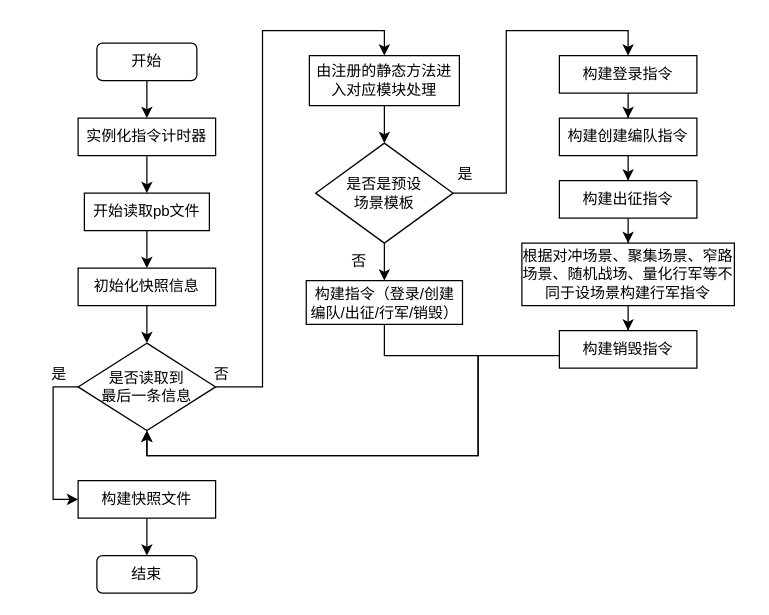
The draw.io diagram 配置快照文件读取解析流程.drawio in Carol9s/Drawing, before the edit. Source tidied: cells renumbered, new cells numbered last; positions are measured from the earlier drawing's top-left corner, leaving out a move shared by most shapes. Both pictures are drawn from the tidied source at 125%, with x=0, y=0 at pixel (21, 42).
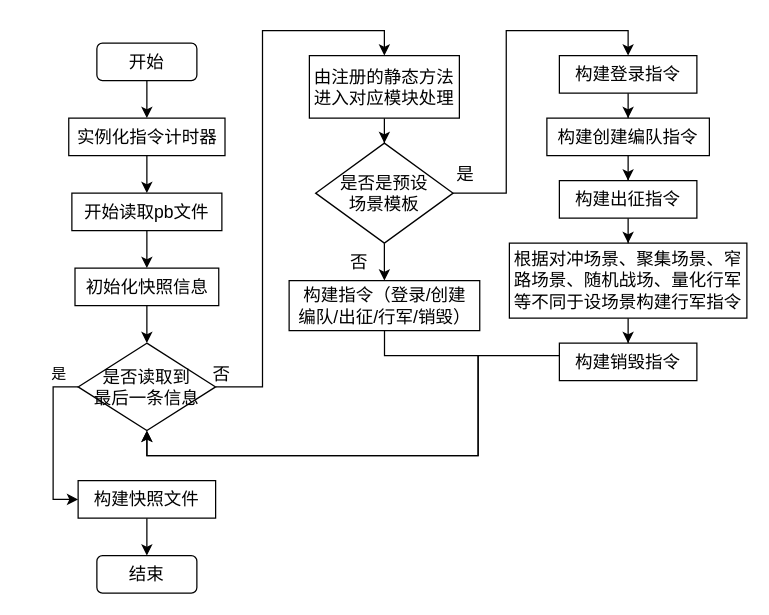
After the change.

Commit message:
更新配置快照文件读取解析流程.drawio

Diff of the diagram source:
```diff
@@
-    <mxCell id="2" style="edgeStyle=orthogonalEdgeStyle;rounded=0;jettySize=auto;html=1;entryX=0.5;entryY=0;entryDx=0;entryDy=0;" parent="1" edge="1" source="3" target="7">
+    <mxCell id="2" style="edgeStyle=orthogonalEdgeStyle;rounded=0;jettySize=auto;html=1;entryX=0.5;entryY=0;entryDx=0;entryDy=0;fontSize=14;" parent="1" edge="1" source="3" target="7">
       <mxGeometry relative="1" as="geometry" />
     </mxCell>
-    <mxCell id="3" value="开始" style="rounded=1;whiteSpace=wrap;html=1;fontSize=12;glass=0;strokeWidth=1;shadow=0;" parent="1" vertex="1">
+    <mxCell id="3" value="开始" style="rounded=1;whiteSpace=wrap;html=1;fontSize=14;glass=0;strokeWidth=1;shadow=0;" parent="1" vertex="1">
       <mxGeometry x="60" width="80" height="30" as="geometry" />
     </mxCell>
-    <mxCell id="4" style="edgeStyle=orthogonalEdgeStyle;rounded=0;jettySize=auto;html=1;entryX=0.5;entryY=0;entryDx=0;entryDy=0;" parent="1" edge="1" source="5" target="9">
+    <mxCell id="4" style="edgeStyle=orthogonalEdgeStyle;rounded=0;jettySize=auto;html=1;entryX=0.5;entryY=0;entryDx=0;entryDy=0;fontSize=14;" parent="1" edge="1" source="5" target="9">
       <mxGeometry relative="1" as="geometry" />
     </mxCell>
-    <mxCell id="5" value="开始读取pb文件" style="rounded=0;whiteSpace=wrap;html=1;" parent="1" vertex="1">
-      <mxGeometry x="50" y="120" width="100" height="30" as="geometry" />
+    <mxCell id="5" value="开始读取pb文件" style="rounded=0;whiteSpace=wrap;html=1;fontSize=14;" parent="1" vertex="1">
+      <mxGeometry x="40" y="120" width="120" height="30" as="geometry" />
     </mxCell>
-    <mxCell id="6" style="edgeStyle=orthogonalEdgeStyle;rounded=0;jettySize=auto;html=1;entryX=0.5;entryY=0;entryDx=0;entryDy=0;" parent="1" edge="1" source="7" target="5">
+    <mxCell id="6" style="edgeStyle=orthogonalEdgeStyle;rounded=0;jettySize=auto;html=1;entryX=0.5;entryY=0;entryDx=0;entryDy=0;fontSize=14;" parent="1" edge="1" source="7" target="5">
       <mxGeometry relative="1" as="geometry" />
     </mxCell>
-    <mxCell id="7" value="实例化指令计时器" style="rounded=0;whiteSpace=wrap;html=1;" parent="1" vertex="1">
-      <mxGeometry x="45" y="60" width="110" height="30" as="geometry" />
+    <mxCell id="7" value="实例化指令计时器" style="rounded=0;whiteSpace=wrap;html=1;fontSize=14;" parent="1" vertex="1">
+      <mxGeometry x="37.5" y="60" width="125" height="30" as="geometry" />
     </mxCell>
-    <mxCell id="8" style="edgeStyle=orthogonalEdgeStyle;rounded=0;jettySize=auto;html=1;" parent="1" edge="1" source="9" target="14">
+    <mxCell id="8" style="edgeStyle=orthogonalEdgeStyle;rounded=0;jettySize=auto;html=1;fontSize=14;" parent="1" edge="1" source="9" target="14">
       <mxGeometry relative="1" as="geometry" />
     </mxCell>
-    <mxCell id="9" value="初始化快照信息" style="rounded=0;whiteSpace=wrap;html=1;" parent="1" vertex="1">
-      <mxGeometry x="45" y="180" width="110" height="30" as="geometry" />
+    <mxCell id="9" value="初始化快照信息" style="rounded=0;whiteSpace=wrap;html=1;fontSize=14;" parent="1" vertex="1">
+      <mxGeometry x="42.5" y="180" width="115" height="30" as="geometry" />
     </mxCell>
-    <mxCell id="10" style="edgeStyle=orthogonalEdgeStyle;rounded=0;jettySize=auto;html=1;" parent="1" edge="1" source="11" target="17">
+    <mxCell id="10" style="edgeStyle=orthogonalEdgeStyle;rounded=0;jettySize=auto;html=1;fontSize=14;" parent="1" edge="1" source="11" target="17">
       <mxGeometry relative="1" as="geometry" />
     </mxCell>
-    <mxCell id="11" value="由注册的静态方法进入对应模块处理" style="rounded=0;whiteSpace=wrap;html=1;" parent="1" vertex="1">
-      <mxGeometry x="230" y="10" width="120" height="40" as="geometry" />
+    <mxCell id="11" value="由注册的静态方法进入对应模块处理" style="rounded=0;whiteSpace=wrap;html=1;fontSize=14;" parent="1" vertex="1">
+      <mxGeometry x="230" y="10" width="120" height="50" as="geometry" />
     </mxCell>
-    <mxCell id="12" style="edgeStyle=orthogonalEdgeStyle;rounded=0;jettySize=auto;html=1;entryX=0.5;entryY=0;entryDx=0;entryDy=0;" parent="1" edge="1" source="14" target="11">
+    <mxCell id="12" style="edgeStyle=orthogonalEdgeStyle;rounded=0;jettySize=auto;html=1;entryX=0.5;entryY=0;entryDx=0;entryDy=0;fontSize=14;" parent="1" edge="1" source="14" target="11">
       <mxGeometry relative="1" as="geometry" />
     </mxCell>
-    <mxCell id="13" style="edgeStyle=orthogonalEdgeStyle;rounded=0;jettySize=auto;html=1;entryX=0;entryY=0.5;entryDx=0;entryDy=0;exitX=0;exitY=0.5;exitDx=0;exitDy=0;" parent="1" edge="1" source="14" target="31">
+    <mxCell id="13" style="edgeStyle=orthogonalEdgeStyle;rounded=0;jettySize=auto;html=1;entryX=0;entryY=0.5;entryDx=0;entryDy=0;exitX=0;exitY=0.5;exitDx=0;exitDy=0;fontSize=14;" parent="1" edge="1" source="14" target="31">
       <mxGeometry relative="1" as="geometry" />
     </mxCell>
-    <mxCell id="14" value="是否读取到&lt;br&gt;最后一条信息" style="rhombus;whiteSpace=wrap;html=1;" parent="1" vertex="1">
+    <mxCell id="14" value="是否读取到&lt;br style=&quot;font-size: 14px;&quot;&gt;最后一条信息" style="rhombus;whiteSpace=wrap;html=1;fontSize=14;" parent="1" vertex="1">
       <mxGeometry x="45" y="240" width="110" height="70" as="geometry" />
     </mxCell>
-    <mxCell id="15" style="edgeStyle=orthogonalEdgeStyle;rounded=0;jettySize=auto;html=1;entryX=0.5;entryY=0;entryDx=0;entryDy=0;" parent="1" edge="1" source="17" target="19">
+    <mxCell id="15" style="edgeStyle=orthogonalEdgeStyle;rounded=0;jettySize=auto;html=1;entryX=0.5;entryY=0;entryDx=0;entryDy=0;fontSize=14;" parent="1" edge="1" source="17" target="19">
       <mxGeometry relative="1" as="geometry" />
     </mxCell>
-    <mxCell id="16" style="edgeStyle=orthogonalEdgeStyle;rounded=0;jettySize=auto;html=1;entryX=0.5;entryY=0;entryDx=0;entryDy=0;" parent="1" edge="1" source="17" target="29">
+    <mxCell id="16" style="edgeStyle=orthogonalEdgeStyle;rounded=0;jettySize=auto;html=1;entryX=0.5;entryY=0;entryDx=0;entryDy=0;fontSize=14;" parent="1" edge="1" source="17" target="29">
       <mxGeometry relative="1" as="geometry" />
     </mxCell>
-    <mxCell id="17" value="是否是预设&lt;br&gt;场景模板" style="rhombus;whiteSpace=wrap;html=1;" parent="1" vertex="1">
+    <mxCell id="17" value="是否是预设&lt;br style=&quot;font-size: 14px;&quot;&gt;场景模板" style="rhombus;whiteSpace=wrap;html=1;fontSize=14;" parent="1" vertex="1">
       <mxGeometry x="235" y="80" width="110" height="80" as="geometry" />
     </mxCell>
-    <mxCell id="18" style="edgeStyle=orthogonalEdgeStyle;rounded=0;jettySize=auto;html=1;entryX=0.5;entryY=0;entryDx=0;entryDy=0;" parent="1" edge="1" source="19" target="21">
+    <mxCell id="18" style="edgeStyle=orthogonalEdgeStyle;rounded=0;jettySize=auto;html=1;entryX=0.5;entryY=0;entryDx=0;entryDy=0;fontSize=14;" parent="1" edge="1" source="19" target="21">
       <mxGeometry relative="1" as="geometry" />
     </mxCell>
-    <mxCell id="19" value="构建登录指令" style="rounded=0;whiteSpace=wrap;html=1;" parent="1" vertex="1">
+    <mxCell id="19" value="构建登录指令" style="rounded=0;whiteSpace=wrap;html=1;fontSize=14;" parent="1" vertex="1">
       <mxGeometry x="430" y="10" width="110" height="30" as="geometry" />
     </mxCell>
-    <mxCell id="20" style="edgeStyle=orthogonalEdgeStyle;rounded=0;jettySize=auto;html=1;" parent="1" edge="1" source="21" target="25">
+    <mxCell id="20" style="edgeStyle=orthogonalEdgeStyle;rounded=0;jettySize=auto;html=1;fontSize=14;" parent="1" edge="1" source="21" target="25">
       <mxGeometry relative="1" as="geometry" />
     </mxCell>
-    <mxCell id="21" value="构建创建编队指令" style="rounded=0;whiteSpace=wrap;html=1;" parent="1" vertex="1">
-      <mxGeometry x="430" y="60" width="110" height="30" as="geometry" />
+    <mxCell id="21" value="构建创建编队指令" style="rounded=0;whiteSpace=wrap;html=1;fontSize=14;" parent="1" vertex="1">
+      <mxGeometry x="420" y="60" width="130" height="30" as="geometry" />
     </mxCell>
-    <mxCell id="22" style="edgeStyle=orthogonalEdgeStyle;rounded=0;jettySize=auto;html=1;entryX=0.5;entryY=0;entryDx=0;entryDy=0;" parent="1" edge="1" source="23" target="27">
+    <mxCell id="22" style="edgeStyle=orthogonalEdgeStyle;rounded=0;jettySize=auto;html=1;entryX=0.5;entryY=0;entryDx=0;entryDy=0;fontSize=14;" parent="1" edge="1" source="23" target="27">
       <mxGeometry relative="1" as="geometry" />
     </mxCell>
-    <mxCell id="23" value="根据对冲场景、聚集场景、窄路场景、随机战场、量化行军等不同于设场景构建行军指令" style="rounded=0;whiteSpace=wrap;html=1;" parent="1" vertex="1">
-      <mxGeometry x="400" y="160" width="170" height="50" as="geometry" />
+    <mxCell id="23" value="根据对冲场景、聚集场景、窄路场景、随机战场、量化行军等不同于设场景构建行军指令" style="rounded=0;whiteSpace=wrap;html=1;fontSize=14;" parent="1" vertex="1">
+      <mxGeometry x="390" y="160" width="190" height="60" as="geometry" />
     </mxCell>
-    <mxCell id="24" style="edgeStyle=orthogonalEdgeStyle;rounded=0;jettySize=auto;html=1;entryX=0.5;entryY=0;entryDx=0;entryDy=0;" parent="1" edge="1" source="25" target="23">
+    <mxCell id="24" style="edgeStyle=orthogonalEdgeStyle;rounded=0;jettySize=auto;html=1;entryX=0.5;entryY=0;entryDx=0;entryDy=0;fontSize=14;" parent="1" edge="1" source="25" target="23">
       <mxGeometry relative="1" as="geometry" />
     </mxCell>
-    <mxCell id="25" value="构建出征指令" style="rounded=0;whiteSpace=wrap;html=1;" parent="1" vertex="1">
+    <mxCell id="25" value="构建出征指令" style="rounded=0;whiteSpace=wrap;html=1;fontSize=14;" parent="1" vertex="1">
       <mxGeometry x="430" y="110" width="110" height="30" as="geometry" />
     </mxCell>
-    <mxCell id="26" style="edgeStyle=orthogonalEdgeStyle;rounded=0;jettySize=auto;html=1;entryX=0.5;entryY=1;entryDx=0;entryDy=0;" parent="1" edge="1" source="27" target="14">
+    <mxCell id="26" style="edgeStyle=orthogonalEdgeStyle;rounded=0;jettySize=auto;html=1;entryX=0.5;entryY=1;entryDx=0;entryDy=0;fontSize=14;" parent="1" edge="1" source="27" target="14">
       <mxGeometry relative="1" as="geometry">
         <Array as="points">
           <mxPoint x="365" y="250" />
           <mxPoint x="365" y="330" />
           <mxPoint x="100" y="330" />
         </Array>
       </mxGeometry>
     </mxCell>
-    <mxCell id="27" value="构建销毁指令" style="rounded=0;whiteSpace=wrap;html=1;" parent="1" vertex="1">
-      <mxGeometry x="430" y="230" width="110" height="30" as="geometry" />
+    <mxCell id="27" value="构建销毁指令" style="rounded=0;whiteSpace=wrap;html=1;fontSize=14;" parent="1" vertex="1">
+      <mxGeometry x="430" y="240" width="110" height="30" as="geometry" />
     </mxCell>
-    <mxCell id="28" style="edgeStyle=orthogonalEdgeStyle;rounded=0;jettySize=auto;html=1;entryX=0.5;entryY=1;entryDx=0;entryDy=0;" parent="1" edge="1" source="29" target="14">
+    <mxCell id="28" style="edgeStyle=orthogonalEdgeStyle;rounded=0;jettySize=auto;html=1;entryX=0.5;entryY=1;entryDx=0;entryDy=0;fontSize=14;" parent="1" edge="1" source="29" target="14">
       <mxGeometry relative="1" as="geometry">
         <Array as="points">
           <mxPoint x="290" y="250" />
           <mxPoint x="365" y="250" />
           <mxPoint x="365" y="330" />
           <mxPoint x="100" y="330" />
         </Array>
       </mxGeometry>
     </mxCell>
-    <mxCell id="29" value="构建指令（登录/创建编队/出征/行军/销毁）" style="rounded=0;whiteSpace=wrap;html=1;" parent="1" vertex="1">
-      <mxGeometry x="227.5" y="190" width="125" height="35" as="geometry" />
+    <mxCell id="29" value="构建指令（登录/创建&lt;br&gt;编队/出征/行军/销毁）" style="rounded=0;whiteSpace=wrap;html=1;fontSize=14;" parent="1" vertex="1">
+      <mxGeometry x="213.8" y="190" width="152.5" height="40" as="geometry" />
     </mxCell>
-    <mxCell id="30" style="edgeStyle=orthogonalEdgeStyle;rounded=0;jettySize=auto;html=1;exitX=0.5;exitY=1;exitDx=0;exitDy=0;entryX=0.5;entryY=0;entryDx=0;entryDy=0;" parent="1" edge="1" source="31" target="32">
+    <mxCell id="30" style="edgeStyle=orthogonalEdgeStyle;rounded=0;jettySize=auto;html=1;exitX=0.5;exitY=1;exitDx=0;exitDy=0;entryX=0.5;entryY=0;entryDx=0;entryDy=0;fontSize=14;" parent="1" edge="1" source="31" target="32">
       <mxGeometry relative="1" as="geometry" />
     </mxCell>
-    <mxCell id="31" value="构建快照文件" style="rounded=0;whiteSpace=wrap;html=1;" parent="1" vertex="1">
+    <mxCell id="31" value="构建快照文件" style="rounded=0;whiteSpace=wrap;html=1;fontSize=14;" parent="1" vertex="1">
       <mxGeometry x="45" y="350" width="110" height="30" as="geometry" />
     </mxCell>
-    <mxCell id="32" value="结束" style="rounded=1;whiteSpace=wrap;html=1;fontSize=12;glass=0;strokeWidth=1;shadow=0;" parent="1" vertex="1">
+    <mxCell id="32" value="结束" style="rounded=1;whiteSpace=wrap;html=1;fontSize=14;glass=0;strokeWidth=1;shadow=0;" parent="1" vertex="1">
       <mxGeometry x="60" y="410" width="80" height="30" as="geometry" />
     </mxCell>
@@
-    <mxCell id="34" value="是" style="text;html=1;strokeColor=none;fillColor=none;align=center;verticalAlign=middle;whiteSpace=wrap;rounded=0;" parent="1" vertex="1">
+    <mxCell id="34" value="是" style="text;html=1;strokeColor=none;fillColor=none;align=center;verticalAlign=middle;whiteSpace=wrap;rounded=0;fontSize=14;" parent="1" vertex="1">
       <mxGeometry x="325" y="90" width="60" height="30" as="geometry" />
     </mxCell>
-    <mxCell id="35" value="否" style="text;html=1;strokeColor=none;fillColor=none;align=center;verticalAlign=middle;whiteSpace=wrap;rounded=0;" parent="1" vertex="1">
+    <mxCell id="35" value="否" style="text;html=1;strokeColor=none;fillColor=none;align=center;verticalAlign=middle;whiteSpace=wrap;rounded=0;fontSize=14;" parent="1" vertex="1">
       <mxGeometry x="130" y="250" width="60" height="30" as="geometry" />
     </mxCell>
-    <mxCell id="36" value="否" style="text;html=1;strokeColor=none;fillColor=none;align=center;verticalAlign=middle;whiteSpace=wrap;rounded=0;" parent="1" vertex="1">
+    <mxCell id="36" value="否" style="text;html=1;strokeColor=none;fillColor=none;align=center;verticalAlign=middle;whiteSpace=wrap;rounded=0;fontSize=14;" parent="1" vertex="1">
       <mxGeometry x="240" y="160" width="60" height="30" as="geometry" />
     </mxCell>
```
